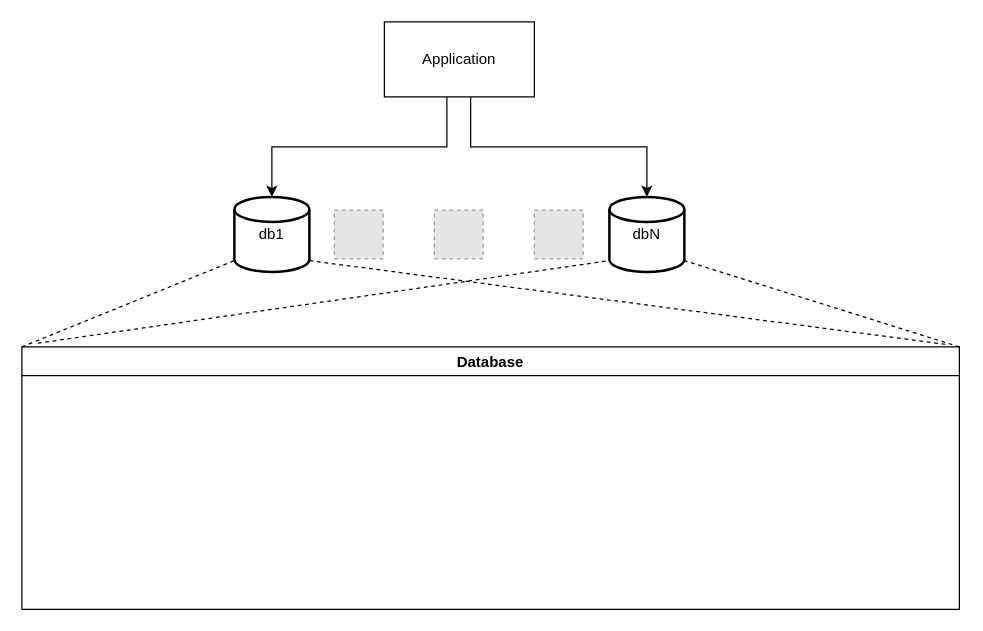
Above: doc/Separate_database.drawio in starnowski/posmulten (draw.io), before the change. Source tidied: cells renumbered, new cells numbered last; positions are measured from the earlier drawing's top-left corner, leaving out a move shared by most shapes. Both pictures are drawn from the tidied source at 125%, with x=0, y=0 at pixel (21, 21). Pictures stored in the file or linked from it are replaced by grey dashed boxes.
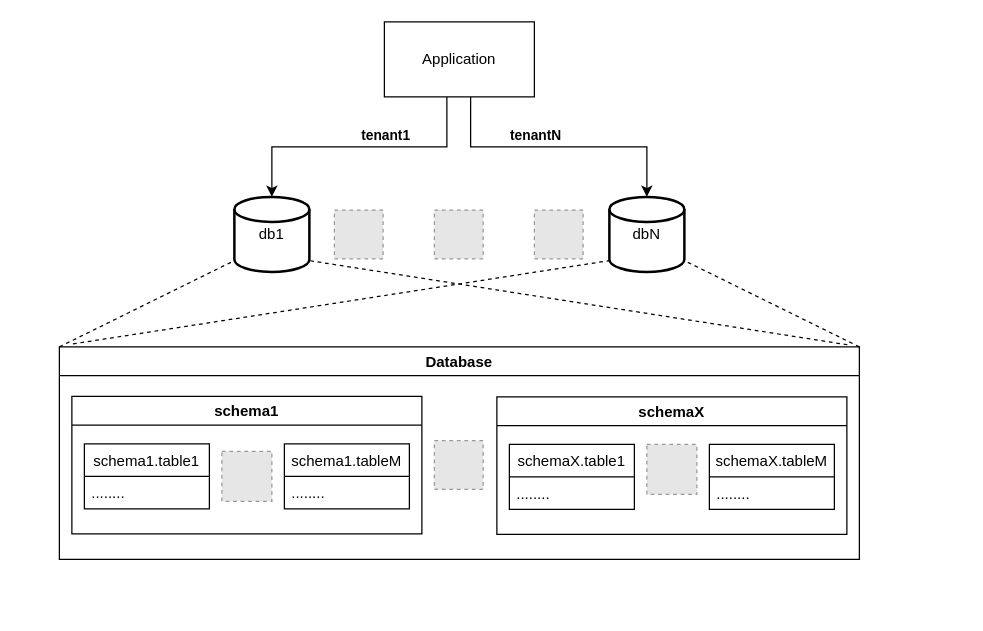
Above is the later version.

Commit message:
#133 - Changed diagram for the separated database strategy. [skip travis]

Unchanged cells that the change refers to:
```xml
<mxCell id="2" style="edgeStyle=orthogonalEdgeStyle;rounded=0;orthogonalLoop=1;jettySize=auto;html=1;sketch=0;shadow=0;" parent="1" edge="1">
  <mxGeometry relative="1" as="geometry">
    <mxPoint x="359" y="60" as="sourcePoint" />
    <mxPoint x="500" y="140" as="targetPoint" />
    <Array as="points">
      <mxPoint x="359" y="100" />
      <mxPoint x="500" y="100" />
    </Array>
  </mxGeometry>
</mxCell>
<mxCell id="3" style="edgeStyle=orthogonalEdgeStyle;rounded=0;jettySize=auto;html=1;entryX=0.5;entryY=0;entryDx=0;entryDy=0;" parent="1" edge="1" source="7">
  <mxGeometry relative="1" as="geometry">
    <mxPoint x="200" y="140" as="targetPoint" />
    <Array as="points">
      <mxPoint x="340" y="100" />
      <mxPoint x="200" y="100" />
    </Array>
  </mxGeometry>
</mxCell>
```

Diff of the diagram source:
```diff
@@
+    <mxCell id="15" value="tenantN" style="edgeLabel;html=1;align=center;verticalAlign=middle;fontStyle=1;" parent="2" vertex="1">
+      <mxGeometry x="0.09" y="-1" relative="1" as="geometry">
+        <mxPoint x="-29" y="-11" as="offset" />
+      </mxGeometry>
+    </mxCell>
@@
+    <mxCell id="16" value="&lt;div&gt;tenant1&lt;/div&gt;" style="edgeLabel;html=1;align=center;verticalAlign=middle;fontStyle=1;" parent="3" vertex="1">
+      <mxGeometry x="-0.17" y="2" relative="1" as="geometry">
+        <mxPoint x="1" y="-12" as="offset" />
+      </mxGeometry>
+    </mxCell>
@@
     <mxCell id="10" value="Database" style="swimlane;" parent="1" vertex="1">
-      <mxGeometry y="260" width="750" height="210" as="geometry" />
+      <mxGeometry x="30" y="260" width="640" height="170" as="geometry" />
     </mxCell>
+    <mxCell id="17" value="schema1" style="swimlane;" parent="10" vertex="1">
+      <mxGeometry x="10" y="39.5" width="280" height="110" as="geometry" />
+    </mxCell>
+    <mxCell id="18" value="schema1.table1" style="swimlane;fontStyle=0;horizontal=1;startSize=26;fillColor=none;" parent="17" vertex="1">
+      <mxGeometry x="10" y="38" width="100" height="52" as="geometry" />
+    </mxCell>
+    <mxCell id="19" value="........" style="text;strokeColor=none;fillColor=none;align=left;verticalAlign=top;spacingLeft=4;spacingRight=4;overflow=hidden;" parent="18" vertex="1">
+      <mxGeometry y="26" width="100" height="26" as="geometry" />
+    </mxCell>
+    <mxCell id="20" value="schema1.tableM" style="swimlane;fontStyle=0;horizontal=1;startSize=26;fillColor=none;" parent="17" vertex="1">
+      <mxGeometry x="170" y="38" width="100" height="52" as="geometry" />
+    </mxCell>
+    <mxCell id="21" value="........" style="text;strokeColor=none;fillColor=none;align=left;verticalAlign=top;spacingLeft=4;spacingRight=4;overflow=hidden;" parent="20" vertex="1">
+      <mxGeometry y="26" width="100" height="26" as="geometry" />
+    </mxCell>
+    <mxCell id="22" style="fillColor=#E6E6E6;strokeColor=#999999;dashed=1;html=1;verticalAlign=top;verticalLabelPosition=bottom;labelBackgroundColor=#ffffff;" parent="17" vertex="1">
+      <mxGeometry x="120" y="44" width="40" height="40" as="geometry" />
+    </mxCell>
+    <mxCell id="23" style="fillColor=#E6E6E6;strokeColor=#999999;dashed=1;html=1;verticalAlign=top;verticalLabelPosition=bottom;labelBackgroundColor=#ffffff;" parent="10" vertex="1">
+      <mxGeometry x="300" y="75" width="39" height="39" as="geometry" />
+    </mxCell>
+    <mxCell id="24" value="schemaX" style="swimlane;" parent="10" vertex="1">
+      <mxGeometry x="350" y="40" width="280" height="110" as="geometry" />
+    </mxCell>
+    <mxCell id="25" value="schemaX.table1" style="swimlane;fontStyle=0;horizontal=1;startSize=26;fillColor=none;" parent="24" vertex="1">
+      <mxGeometry x="10" y="38" width="100" height="52" as="geometry" />
+    </mxCell>
+    <mxCell id="26" value="........" style="text;strokeColor=none;fillColor=none;align=left;verticalAlign=top;spacingLeft=4;spacingRight=4;overflow=hidden;" parent="25" vertex="1">
+      <mxGeometry y="26" width="100" height="26" as="geometry" />
+    </mxCell>
+    <mxCell id="27" value="schemaX.tableM" style="swimlane;fontStyle=0;horizontal=1;startSize=26;fillColor=none;" parent="24" vertex="1">
+      <mxGeometry x="170" y="38" width="100" height="52" as="geometry" />
+    </mxCell>
+    <mxCell id="28" value="........" style="text;strokeColor=none;fillColor=none;align=left;verticalAlign=top;spacingLeft=4;spacingRight=4;overflow=hidden;" parent="27" vertex="1">
+      <mxGeometry y="26" width="100" height="26" as="geometry" />
+    </mxCell>
+    <mxCell id="29" style="fillColor=#E6E6E6;strokeColor=#999999;dashed=1;html=1;verticalAlign=top;verticalLabelPosition=bottom;labelBackgroundColor=#ffffff;" parent="24" vertex="1">
+      <mxGeometry x="120" y="38" width="40" height="40" as="geometry" />
+    </mxCell>
```
